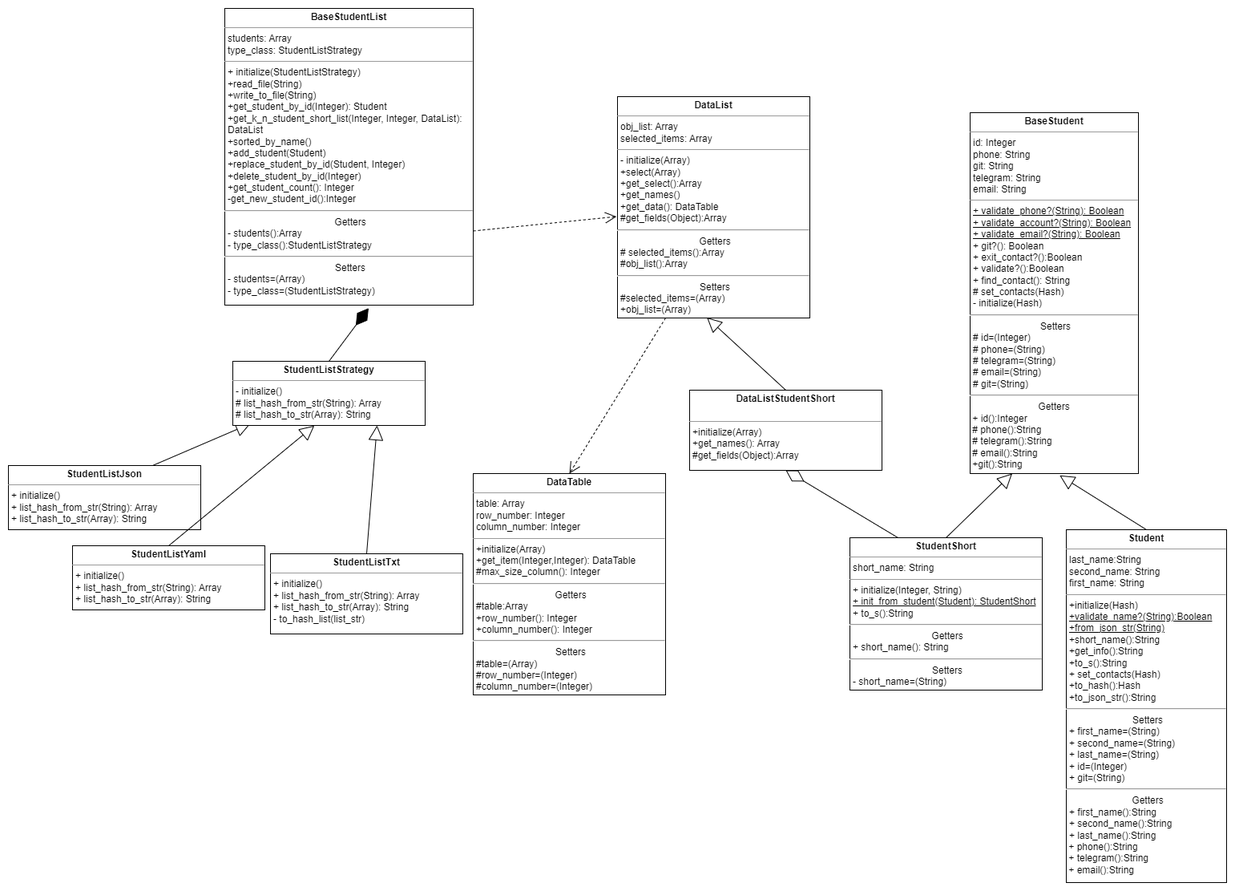
Above: students_lab/diagrams/student_diagr.png in rmyau/pattern_labs (draw.io), before the change. Source tidied: cells renumbered, new cells last; positions are measured from the earlier drawing's top-left corner, leaving out a move shared by most shapes.
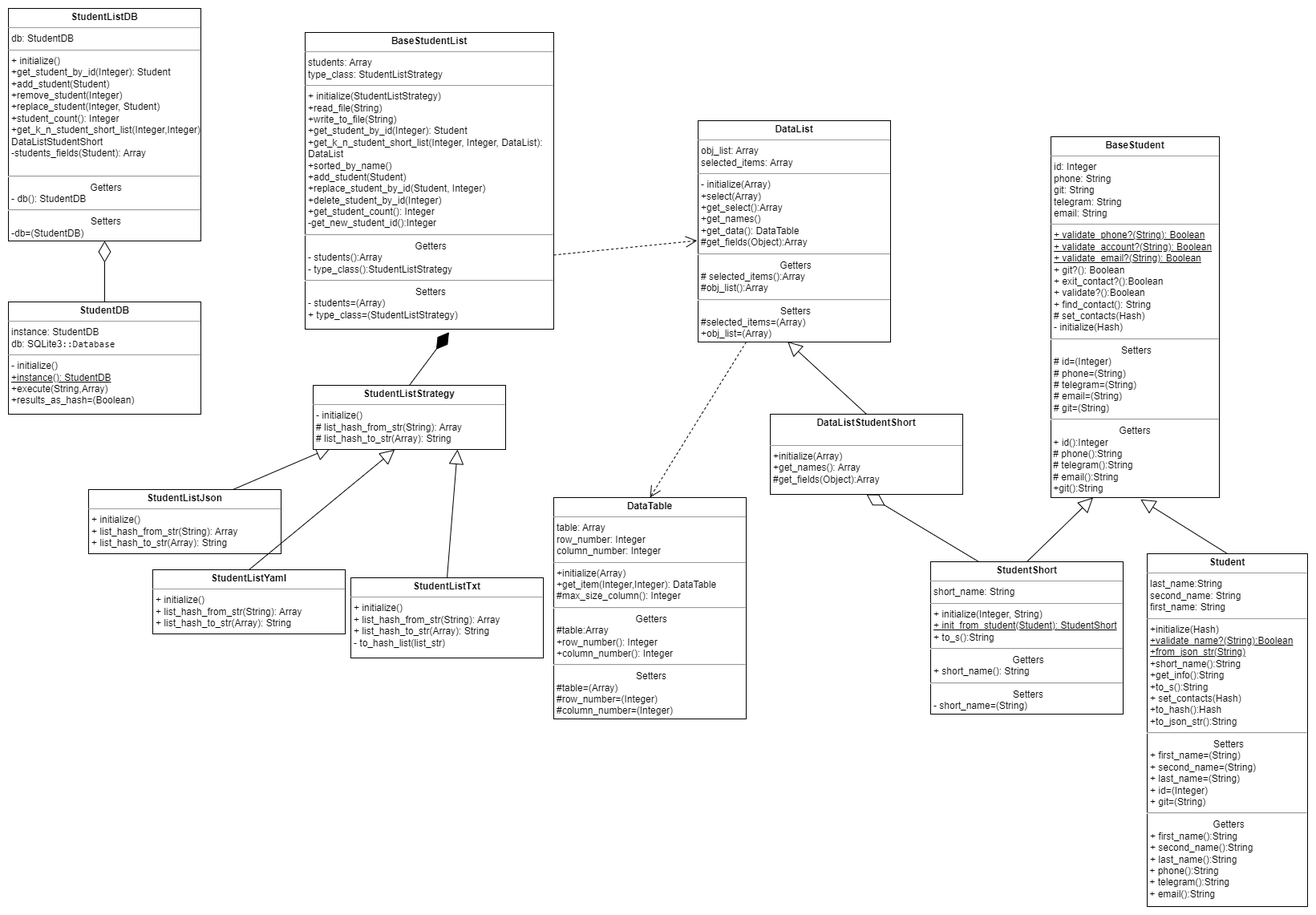
After the change.

The edit, as a diff of the source:
```diff
@@ -35,7 +35,7 @@
     <mxCell id="12" style="endArrow=diamondThin;endFill=0;endSize=24;html=1;rounded=0;exitX=0.25;exitY=0;exitDx=0;exitDy=0;entryX=0.5;entryY=1;entryDx=0;entryDy=0;" parent="1" edge="1" source="6" target="8">
       <mxGeometry relative="1" as="geometry" />
     </mxCell>
-    <mxCell id="13" value="&lt;p style=&quot;margin:0px;margin-top:4px;text-align:center;&quot;&gt;&lt;b&gt;BaseStudentList&lt;/b&gt;&lt;/p&gt;&lt;hr size=&quot;1&quot;&gt;&lt;p style=&quot;margin:0px;margin-left:4px;&quot;&gt;students: Array&lt;/p&gt;&lt;p style=&quot;margin:0px;margin-left:4px;&quot;&gt;type_class: StudentListStrategy&lt;/p&gt;&lt;hr size=&quot;1&quot;&gt;&lt;p style=&quot;margin:0px;margin-left:4px;&quot;&gt;+ initialize(StudentListStrategy)&lt;/p&gt;&lt;p style=&quot;margin:0px;margin-left:4px;&quot;&gt;+read_file(String)&lt;/p&gt;&lt;p style=&quot;margin:0px;margin-left:4px;&quot;&gt;+write_to_file(String)&lt;/p&gt;&lt;p style=&quot;margin:0px;margin-left:4px;&quot;&gt;+get_student_by_id(Integer): Student&lt;/p&gt;&lt;p style=&quot;margin:0px;margin-left:4px;&quot;&gt;+get_k_n_student_short_list(Integer, Integer, DataList): DataList&lt;/p&gt;&lt;p style=&quot;margin:0px;margin-left:4px;&quot;&gt;+sorted_by_name()&lt;/p&gt;&lt;p style=&quot;margin:0px;margin-left:4px;&quot;&gt;+add_student(Student)&lt;/p&gt;&lt;p style=&quot;margin:0px;margin-left:4px;&quot;&gt;+replace_student_by_id(Student, Integer)&lt;/p&gt;&lt;p style=&quot;margin:0px;margin-left:4px;&quot;&gt;+delete_student_by_id(Integer)&lt;/p&gt;&lt;p style=&quot;margin:0px;margin-left:4px;&quot;&gt;+get_student_count(): Integer&lt;/p&gt;&lt;p style=&quot;margin:0px;margin-left:4px;&quot;&gt;-get_new_student_id():Integer&lt;/p&gt;&lt;hr&gt;&lt;p style=&quot;text-align: center; margin: 0px 0px 0px 4px;&quot;&gt;&lt;/p&gt;&lt;p style=&quot;text-align: center; margin: 0px 0px 0px 4px;&quot;&gt;Getters&lt;/p&gt;&lt;p style=&quot;margin:0px;margin-left:4px;&quot;&gt;- students():Array&lt;/p&gt;&lt;p style=&quot;margin:0px;margin-left:4px;&quot;&gt;- type_class():StudentListStrategy&lt;/p&gt;&lt;hr&gt;&lt;p style=&quot;border-color: var(--border-color); text-align: center; margin: 0px 0px 0px 4px;&quot;&gt;Setters&lt;/p&gt;&lt;p style=&quot;border-color: var(--border-color); margin: 0px 0px 0px 4px;&quot;&gt;- students=(Array)&lt;/p&gt;&lt;p style=&quot;border-color: var(--border-color); margin: 0px 0px 0px 4px;&quot;&gt;- type_class=(StudentListStrategy)&lt;/p&gt;" style="verticalAlign=top;align=left;overflow=fill;fontSize=12;fontFamily=Helvetica;html=1;whiteSpace=wrap;" parent="1" vertex="1">
+    <mxCell id="13" value="&lt;p style=&quot;margin:0px;margin-top:4px;text-align:center;&quot;&gt;&lt;b&gt;BaseStudentList&lt;/b&gt;&lt;/p&gt;&lt;hr size=&quot;1&quot;&gt;&lt;p style=&quot;margin:0px;margin-left:4px;&quot;&gt;students: Array&lt;/p&gt;&lt;p style=&quot;margin:0px;margin-left:4px;&quot;&gt;type_class: StudentListStrategy&lt;/p&gt;&lt;hr size=&quot;1&quot;&gt;&lt;p style=&quot;margin:0px;margin-left:4px;&quot;&gt;+ initialize(StudentListStrategy)&lt;/p&gt;&lt;p style=&quot;margin:0px;margin-left:4px;&quot;&gt;+read_file(String)&lt;/p&gt;&lt;p style=&quot;margin:0px;margin-left:4px;&quot;&gt;+write_to_file(String)&lt;/p&gt;&lt;p style=&quot;margin:0px;margin-left:4px;&quot;&gt;+get_student_by_id(Integer): Student&lt;/p&gt;&lt;p style=&quot;margin:0px;margin-left:4px;&quot;&gt;+get_k_n_student_short_list(Integer, Integer, DataList): DataList&lt;/p&gt;&lt;p style=&quot;margin:0px;margin-left:4px;&quot;&gt;+sorted_by_name()&lt;/p&gt;&lt;p style=&quot;margin:0px;margin-left:4px;&quot;&gt;+add_student(Student)&lt;/p&gt;&lt;p style=&quot;margin:0px;margin-left:4px;&quot;&gt;+replace_student_by_id(Student, Integer)&lt;/p&gt;&lt;p style=&quot;margin:0px;margin-left:4px;&quot;&gt;+delete_student_by_id(Integer)&lt;/p&gt;&lt;p style=&quot;margin:0px;margin-left:4px;&quot;&gt;+get_student_count(): Integer&lt;/p&gt;&lt;p style=&quot;margin:0px;margin-left:4px;&quot;&gt;-get_new_student_id():Integer&lt;/p&gt;&lt;hr&gt;&lt;p style=&quot;text-align: center; margin: 0px 0px 0px 4px;&quot;&gt;&lt;/p&gt;&lt;p style=&quot;text-align: center; margin: 0px 0px 0px 4px;&quot;&gt;Getters&lt;/p&gt;&lt;p style=&quot;margin:0px;margin-left:4px;&quot;&gt;- students():Array&lt;/p&gt;&lt;p style=&quot;margin:0px;margin-left:4px;&quot;&gt;- type_class():StudentListStrategy&lt;/p&gt;&lt;hr&gt;&lt;p style=&quot;border-color: var(--border-color); text-align: center; margin: 0px 0px 0px 4px;&quot;&gt;Setters&lt;/p&gt;&lt;p style=&quot;border-color: var(--border-color); margin: 0px 0px 0px 4px;&quot;&gt;- students=(Array)&lt;/p&gt;&lt;p style=&quot;border-color: var(--border-color); margin: 0px 0px 0px 4px;&quot;&gt;+ type_class=(StudentListStrategy)&lt;/p&gt;" style="verticalAlign=top;align=left;overflow=fill;fontSize=12;fontFamily=Helvetica;html=1;whiteSpace=wrap;" parent="1" vertex="1">
       <mxGeometry x="270" width="310" height="370" as="geometry" />
     </mxCell>
     <mxCell id="14" value="&lt;p style=&quot;margin:0px;margin-top:4px;text-align:center;&quot;&gt;&lt;b&gt;StudentListTxt&lt;/b&gt;&lt;/p&gt;&lt;hr size=&quot;1&quot;&gt;&lt;p style=&quot;margin:0px;margin-left:4px;&quot;&gt;+ initialize()&lt;/p&gt;&lt;p style=&quot;margin:0px;margin-left:4px;&quot;&gt;+ list_hash_from_str(String): Array&lt;/p&gt;&lt;p style=&quot;margin:0px;margin-left:4px;&quot;&gt;+ list_hash_to_str(Array): String&lt;/p&gt;&lt;p style=&quot;margin:0px;margin-left:4px;&quot;&gt;- to_hash_list(list_str)&lt;/p&gt;&lt;p style=&quot;margin:0px;margin-left:4px;&quot;&gt;&lt;br&gt;&lt;/p&gt;&lt;p style=&quot;text-align: center; margin: 0px 0px 0px 4px;&quot;&gt;&lt;br&gt;&lt;/p&gt;" style="verticalAlign=top;align=left;overflow=fill;fontSize=12;fontFamily=Helvetica;html=1;whiteSpace=wrap;" parent="1" vertex="1">
@@ -65,5 +65,14 @@
     <mxCell id="22" style="endArrow=diamondThin;endFill=1;endSize=24;html=1;rounded=0;exitX=0.5;exitY=0;exitDx=0;exitDy=0;entryX=0.579;entryY=1.01;entryDx=0;entryDy=0;entryPerimeter=0;" parent="1" edge="1" source="21" target="13">
       <mxGeometry relative="1" as="geometry" />
     </mxCell>
+    <mxCell id="23" value="&lt;p style=&quot;margin:0px;margin-top:4px;text-align:center;&quot;&gt;&lt;b&gt;StudentListDB&lt;/b&gt;&lt;/p&gt;&lt;hr size=&quot;1&quot;&gt;&lt;p style=&quot;margin:0px;margin-left:4px;&quot;&gt;db: StudentDB&lt;/p&gt;&lt;hr size=&quot;1&quot;&gt;&lt;p style=&quot;margin:0px;margin-left:4px;&quot;&gt;+ initialize()&lt;/p&gt;&lt;p style=&quot;margin:0px;margin-left:4px;&quot;&gt;+get_student_by_id(Integer): Student&lt;br&gt;&lt;/p&gt;&lt;p style=&quot;margin:0px;margin-left:4px;&quot;&gt;+add_student(Student)&lt;/p&gt;&lt;p style=&quot;margin:0px;margin-left:4px;&quot;&gt;+remove_student(Integer)&lt;/p&gt;&lt;p style=&quot;margin:0px;margin-left:4px;&quot;&gt;+replace_student(Integer, Student)&lt;/p&gt;&lt;p style=&quot;margin:0px;margin-left:4px;&quot;&gt;+student_count(): Integer&lt;/p&gt;&lt;p style=&quot;margin:0px;margin-left:4px;&quot;&gt;+get_k_n_student_short_list(Integer,Integer): DataListStudentShort&lt;/p&gt;&lt;p style=&quot;margin:0px;margin-left:4px;&quot;&gt;-students_fields(Student): Array&lt;/p&gt;&lt;p style=&quot;margin:0px;margin-left:4px;&quot;&gt;&lt;br&gt;&lt;/p&gt;&lt;hr&gt;&lt;p style=&quot;text-align: center; margin: 0px 0px 0px 4px;&quot;&gt;&lt;/p&gt;&lt;p style=&quot;text-align: center; margin: 0px 0px 0px 4px;&quot;&gt;Getters&lt;/p&gt;&lt;p style=&quot;margin:0px;margin-left:4px;&quot;&gt;- db(): StudentDB&lt;/p&gt;&lt;hr&gt;&lt;p style=&quot;border-color: var(--border-color); text-align: center; margin: 0px 0px 0px 4px;&quot;&gt;Setters&lt;/p&gt;&lt;p style=&quot;border-color: var(--border-color); margin: 0px 0px 0px 4px;&quot;&gt;-db=(StudentDB)&lt;/p&gt;" style="verticalAlign=top;align=left;overflow=fill;fontSize=12;fontFamily=Helvetica;html=1;whiteSpace=wrap;" parent="1" vertex="1">
+      <mxGeometry x="-100" y="-30" width="240" height="290" as="geometry" />
+    </mxCell>
+    <mxCell id="24" value="&lt;p style=&quot;margin:0px;margin-top:4px;text-align:center;&quot;&gt;&lt;b&gt;StudentDB&lt;/b&gt;&lt;/p&gt;&lt;hr size=&quot;1&quot;&gt;&lt;p style=&quot;margin:0px;margin-left:4px;&quot;&gt;instance: StudentDB&lt;/p&gt;&lt;p style=&quot;margin:0px;margin-left:4px;&quot;&gt;db:&amp;nbsp;SQLite3&lt;span style=&quot;font-family: &amp;quot;JetBrains Mono&amp;quot;, monospace;&quot;&gt;&lt;/span&gt;&lt;span style=&quot;font-family: &amp;quot;JetBrains Mono&amp;quot;, monospace;&quot;&gt;::&lt;/span&gt;&lt;span style=&quot;font-family: &amp;quot;JetBrains Mono&amp;quot;, monospace;&quot;&gt;Database&lt;/span&gt;&lt;/p&gt;&lt;hr size=&quot;1&quot;&gt;&lt;p style=&quot;margin:0px;margin-left:4px;&quot;&gt;- initialize()&lt;/p&gt;&lt;p style=&quot;margin:0px;margin-left:4px;&quot;&gt;&lt;u&gt;+instance(): StudentDB&lt;/u&gt;&lt;br&gt;&lt;/p&gt;&lt;p style=&quot;margin:0px;margin-left:4px;&quot;&gt;+execute(String,Array)&lt;/p&gt;&lt;p style=&quot;margin:0px;margin-left:4px;&quot;&gt;+results_as_hash=(Boolean)&lt;/p&gt;" style="verticalAlign=top;align=left;overflow=fill;fontSize=12;fontFamily=Helvetica;html=1;whiteSpace=wrap;" parent="1" vertex="1">
+      <mxGeometry x="-100" y="336" width="240" height="140" as="geometry" />
+    </mxCell>
+    <mxCell id="25" style="endArrow=diamondThin;endFill=0;endSize=24;html=1;rounded=0;exitX=0.5;exitY=0;exitDx=0;exitDy=0;entryX=0.5;entryY=1;entryDx=0;entryDy=0;" parent="1" edge="1" source="24" target="23">
+      <mxGeometry relative="1" as="geometry" />
+    </mxCell>
   </root>
 </mxGraphModel>
```
